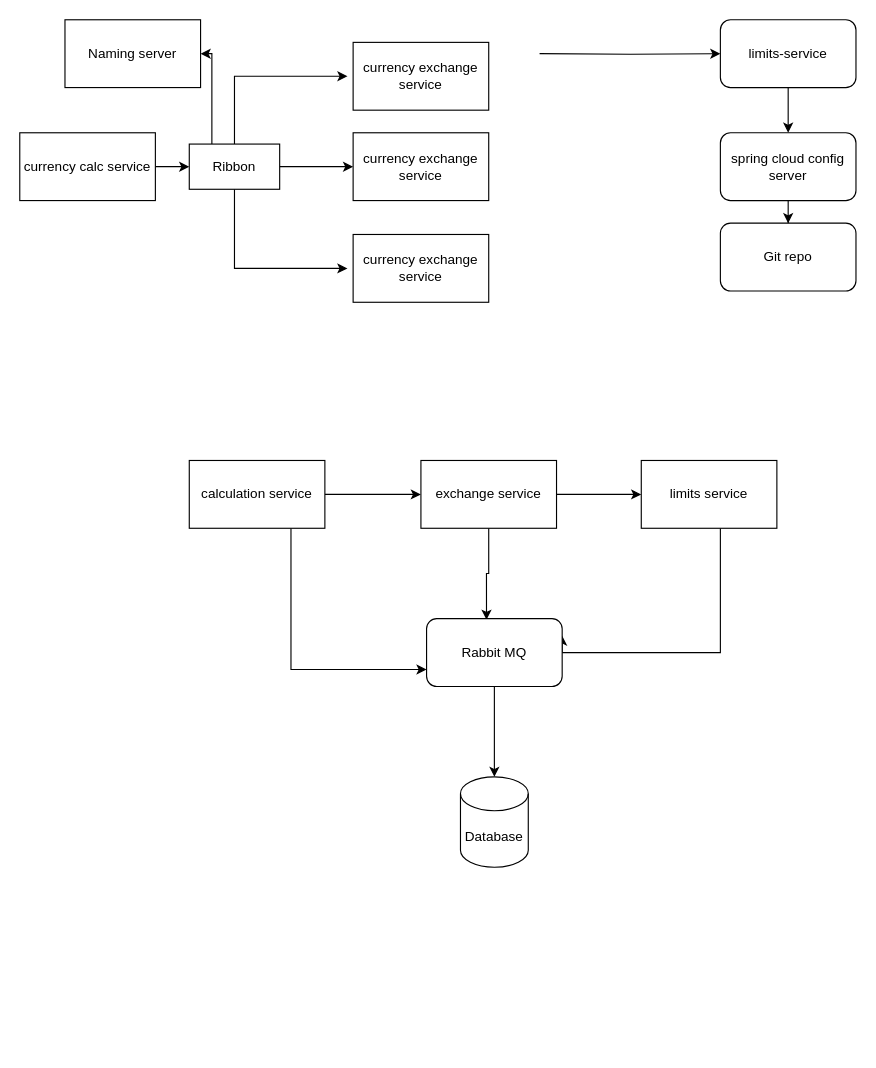
sohin-shah/drawio keeps this draw.io diagram as Microservices Architecture.drawio. Above is the earlier version. Source tidied: cells renumbered, new cells numbered last; positions are measured from the earlier drawing's top-left corner, leaving out a move shared by most shapes. Both pictures are drawn from the tidied source at 113%, with x=0, y=0 at pixel (19, 19).
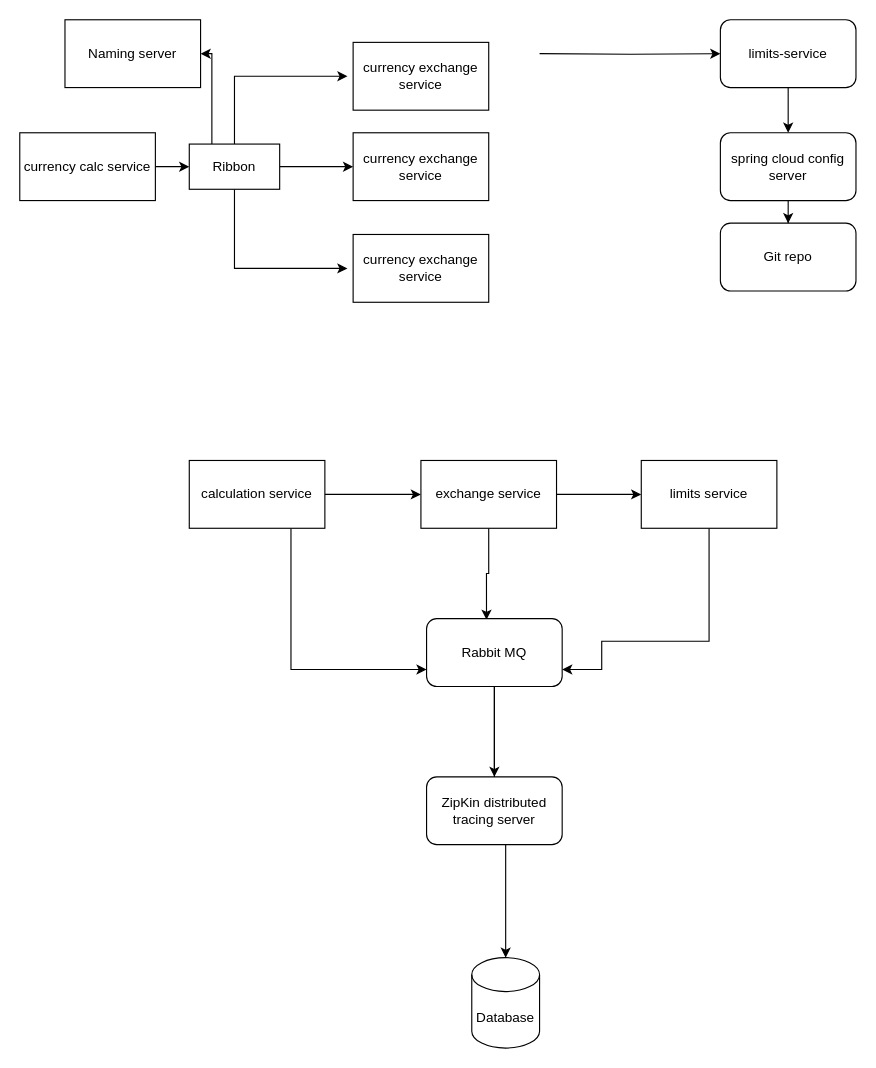
Above is the later version.

Unchanged cells that the change refers to:
```xml
<mxCell id="26" value="limits service" style="whiteSpace=wrap;html=1;rounded=0;" parent="1" vertex="1">
  <mxGeometry x="550" y="390" width="120" height="60" as="geometry" />
</mxCell>
<mxCell id="28" value="Rabbit MQ" style="rounded=1;whiteSpace=wrap;html=1;" parent="1" vertex="1">
  <mxGeometry x="360" y="530" width="120" height="60" as="geometry" />
</mxCell>
```

The edit, as a diff of the source:
```diff
@@
-    <mxCell id="25" style="edgeStyle=orthogonalEdgeStyle;rounded=0;jettySize=auto;html=1;entryX=1;entryY=0.25;entryDx=0;entryDy=0;" parent="1" edge="1" source="26" target="28">
+    <mxCell id="25" style="edgeStyle=orthogonalEdgeStyle;rounded=0;jettySize=auto;html=1;entryX=1;entryY=0.75;entryDx=0;entryDy=0;" parent="1" edge="1" source="26" target="28">
       <mxGeometry relative="1" as="geometry">
         <Array as="points">
-          <mxPoint x="620" y="560" />
-          <mxPoint x="480" y="560" />
+          <mxPoint x="610" y="550" />
+          <mxPoint x="515" y="550" />
+          <mxPoint x="515" y="575" />
         </Array>
       </mxGeometry>
     </mxCell>
@@
+    <mxCell id="30" style="edgeStyle=orthogonalEdgeStyle;rounded=0;jettySize=auto;html=1;" parent="1" edge="1" source="28" target="31">
+      <mxGeometry relative="1" as="geometry" />
+    </mxCell>
@@
     <mxCell id="29" value="Database" style="shape=cylinder3;whiteSpace=wrap;html=1;boundedLbl=1;backgroundOutline=1;size=15;" parent="1" vertex="1">
-      <mxGeometry x="390" y="670" width="60" height="80" as="geometry" />
+      <mxGeometry x="400" y="830" width="60" height="80" as="geometry" />
     </mxCell>
+    <mxCell id="31" value="ZipKin distributed tracing server" style="whiteSpace=wrap;html=1;rounded=1;" parent="1" vertex="1">
+      <mxGeometry x="360" y="670" width="120" height="60" as="geometry" />
+    </mxCell>
```
